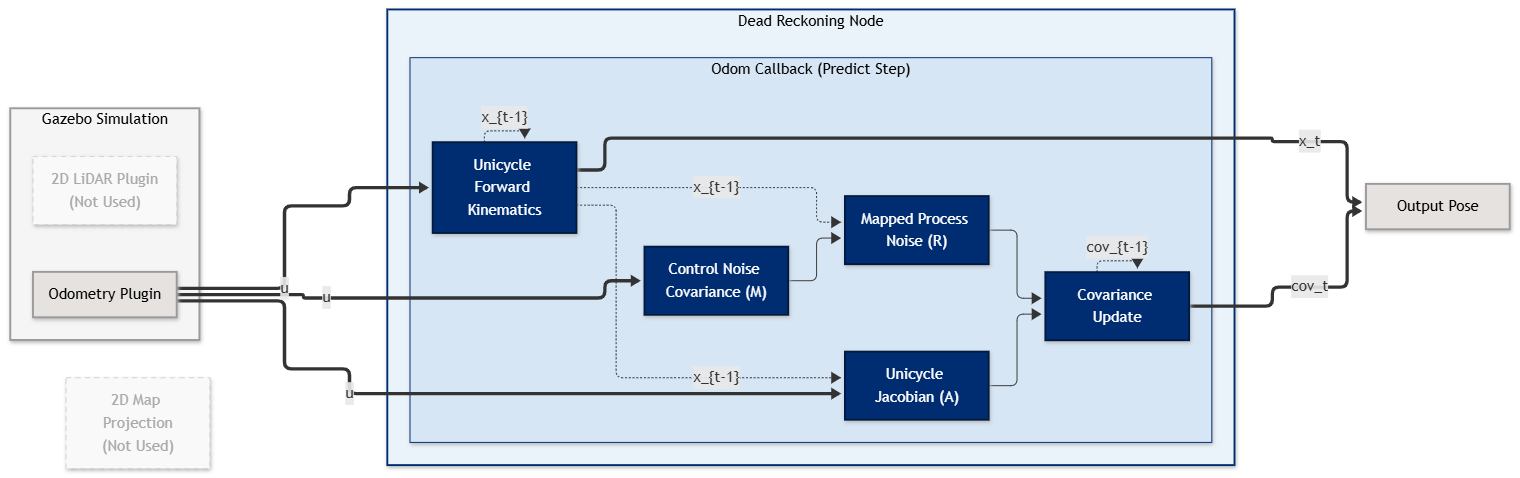
Before: docs/Reasoning Under Uncertainty/Final Paper/figures/dead_reckoning.png, a diagram exported from Mermaid (jtcass01/devol). Its source is kept beside it as docs/Reasoning Under Uncertainty/Project Diagrams/dead_reckoning.mmd. Its diagram source:
```mermaid
graph LR
    Octomap["2D Map Projection<br>(Not Used)"]

    subgraph Gazebo ["Gazebo Simulation"]
        Odometry_Plugin["Odometry Plugin"]
        LiDAR["2D LiDAR Plugin<br>(Not Used)"]
    end

    subgraph Dead_Reckoning ["Dead Reckoning Node"]

        subgraph Odom_Callback ["Odom Callback (Predict Step)"]
            direction TB
            A["Unicycle Jacobian (A)"]
            M["Control Noise Covariance (M)"]
            R["Mapped Process Noise (R)"]
            Kinematics["Unicycle Forward Kinematics"]
            Cov["Covariance Update"]
        end
    end

    Output["Output Pose"]

    Odometry_Plugin ==>|"u"| Kinematics
    Odometry_Plugin ==>|"u"| A
    Kinematics ==>|"x_t"| Output
    Cov ==>|"cov_t"| Output

    Odometry_Plugin ==>|"u"| M

    M --> R
    A --> Cov
    R --> Cov

    Kinematics -.->|"x_{t-1}"| Kinematics
    Kinematics -.->|"x_{t-1}"| R
    Kinematics -.->|"x_{t-1}"| A
    Cov -.->|"cov_{t-1}"| Cov

    classDef jhuPrimary fill:#002D72,stroke:#001A40,stroke-width:2px,color:white;
    classDef jhuGold fill:#CFB53B,stroke:#9E8721,stroke-width:2px,color:black;
    classDef outOfScope fill:#E5E2E0,stroke:#9A9A9A,stroke-width:2px,color:black;
    classDef unused fill:#F9F9F9,stroke:#D3D3D3,stroke-width:1px,color:#A9A9A9,stroke-dasharray: 5 5;

    class A,M,R,Kinematics,Cov jhuPrimary;
    class Odometry_Plugin,Output outOfScope;
    class LiDAR,Octomap unused;

    style Gazebo fill:#F5F5F5,stroke:#9A9A9A,stroke-width:2px,color:black;
    style Dead_Reckoning fill:#EBF3FA,stroke:#002D72,stroke-width:2px,color:black;
    style Odom_Callback fill:#D6E6F5,stroke:#002D72,stroke-width:1px,color:black;
```
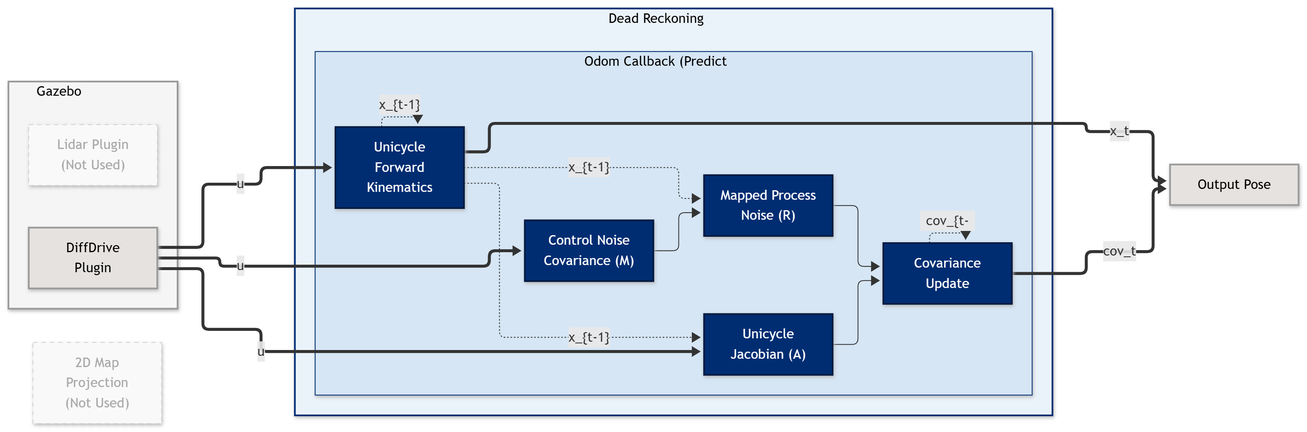
The same diagram one commit later.

What changed in the source:
```diff
@@ -2,8 +2,8 @@
     Octomap["2D Map Projection<br>(Not Used)"]
 
     subgraph Gazebo ["Gazebo Simulation"]
-        Odometry_Plugin["Odometry Plugin"]
-        LiDAR["2D LiDAR Plugin<br>(Not Used)"]
+        Odometry_Plugin["DiffDrive\nPlugin"]
+        LiDAR["Lidar Plugin<br>(Not Used)"]
     end
 
     subgraph Dead_Reckoning ["Dead Reckoning Node"]
```
